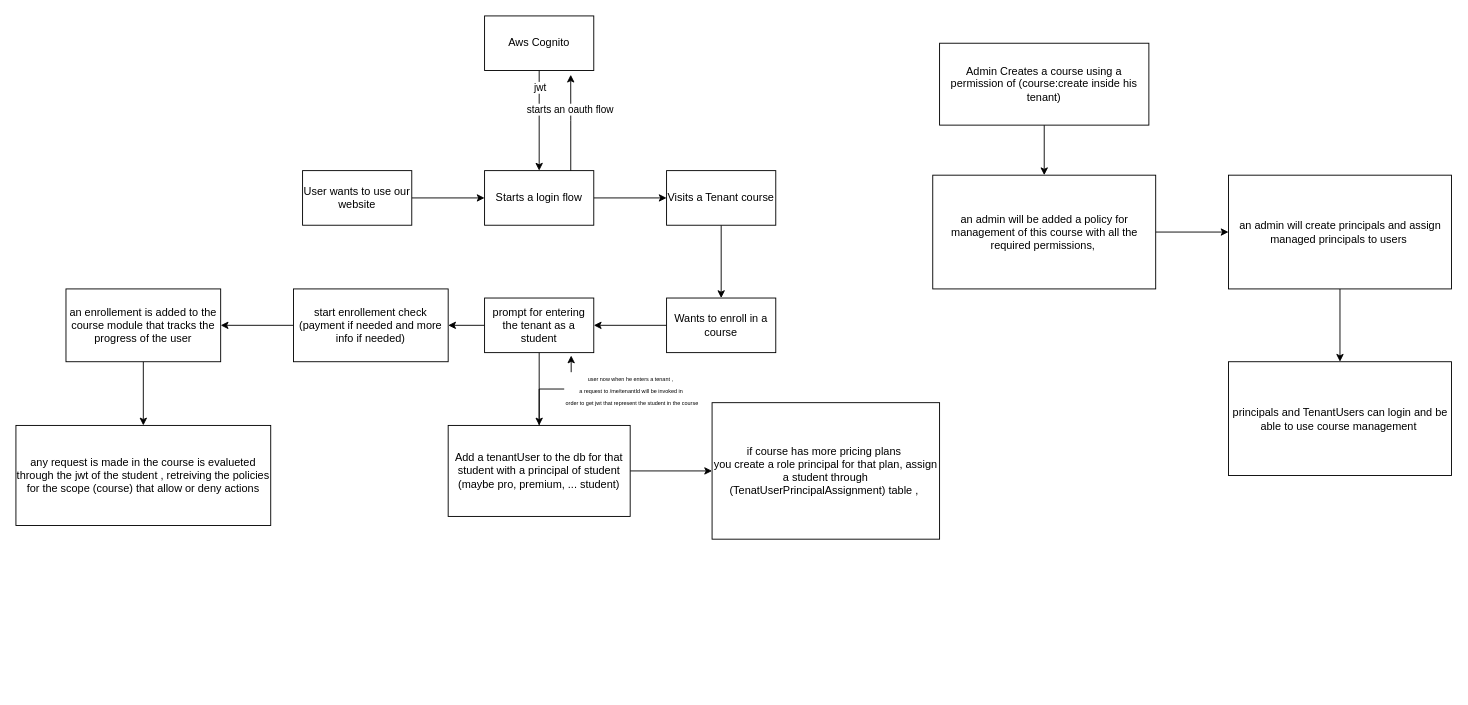
Before: diagrams/Authentication&AuthorizationFlow.drawio in Azero77/alpha-zero, a draw.io diagram. Source tidied: cells renumbered, new cells numbered last; positions are measured from the earlier drawing's top-left corner, leaving out a move shared by most shapes. Both pictures are drawn from the tidied source at 91%, with x=0, y=0 at pixel (15, 15).
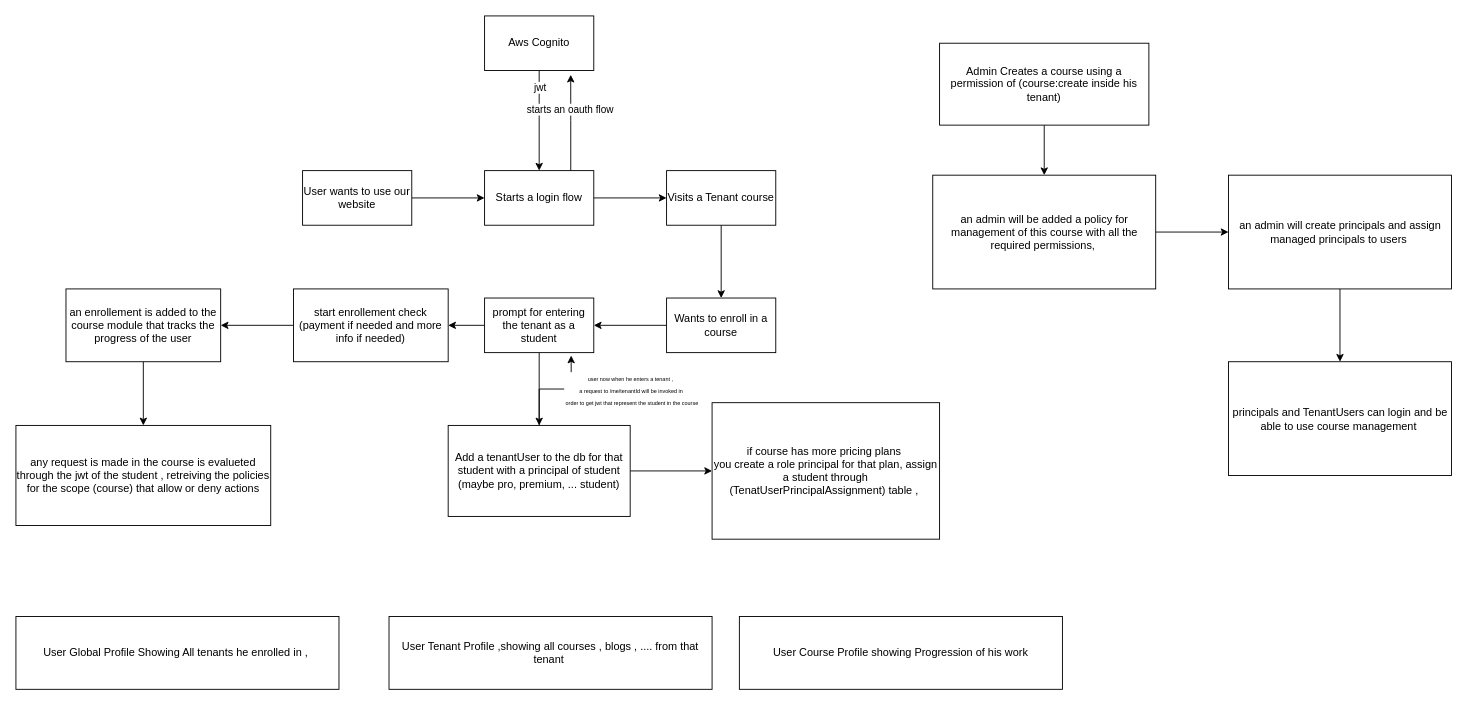
The same diagram, later.

Diff of the diagram source:
```diff
@@
+    <mxCell id="35" value="User Global Profile Showing All tenants he enrolled in ,&amp;nbsp;" style="rounded=0;whiteSpace=wrap;html=1;" parent="1" vertex="1">
+      <mxGeometry y="660" width="355" height="80" as="geometry" />
+    </mxCell>
+    <mxCell id="36" value="User Tenant Profile ,showing all courses , blogs , .... from that tenant&amp;nbsp;" style="rounded=0;whiteSpace=wrap;html=1;" parent="1" vertex="1">
+      <mxGeometry x="410" y="660" width="355" height="80" as="geometry" />
+    </mxCell>
+    <mxCell id="37" value="User Course Profile showing Progression of his work" style="rounded=0;whiteSpace=wrap;html=1;" parent="1" vertex="1">
+      <mxGeometry x="795" y="660" width="355" height="80" as="geometry" />
+    </mxCell>
```
